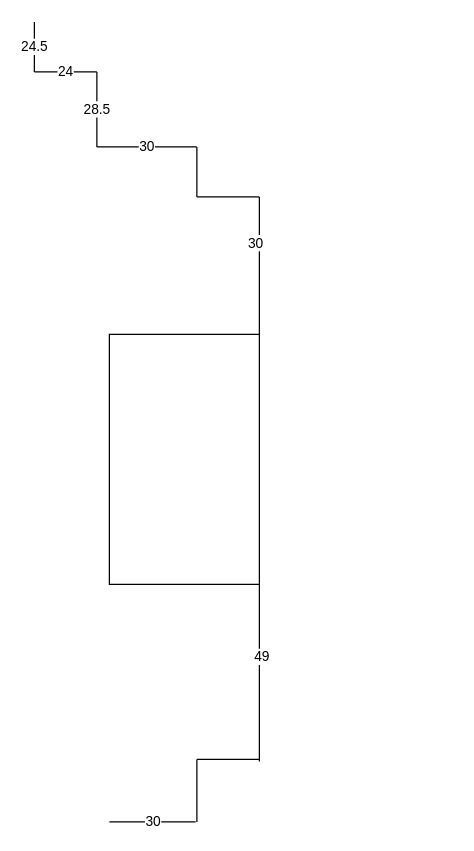
This is 厨房.drawio from keith1018/draw, a draw.io file, before an edit. Source tidied: cells renumbered, new cells numbered last; positions are measured from the earlier drawing's top-left corner, leaving out a move shared by most shapes. Both pictures are drawn from the tidied source at 125%, with x=0, y=0 at pixel (34, 21).
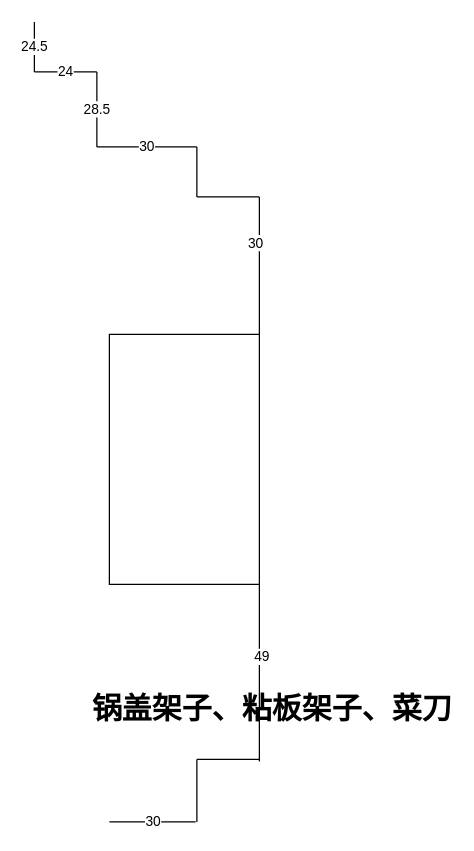
Above is the later version.

Diff of the diagram source:
```diff
@@
+    <mxCell id="15" value="锅盖架子、粘板架子、菜刀" style="text;strokeColor=none;fillColor=none;html=1;fontSize=24;fontStyle=1;verticalAlign=middle;align=center;" parent="1" vertex="1">
+      <mxGeometry x="140" y="530" width="100" height="40" as="geometry" />
+    </mxCell>
```
